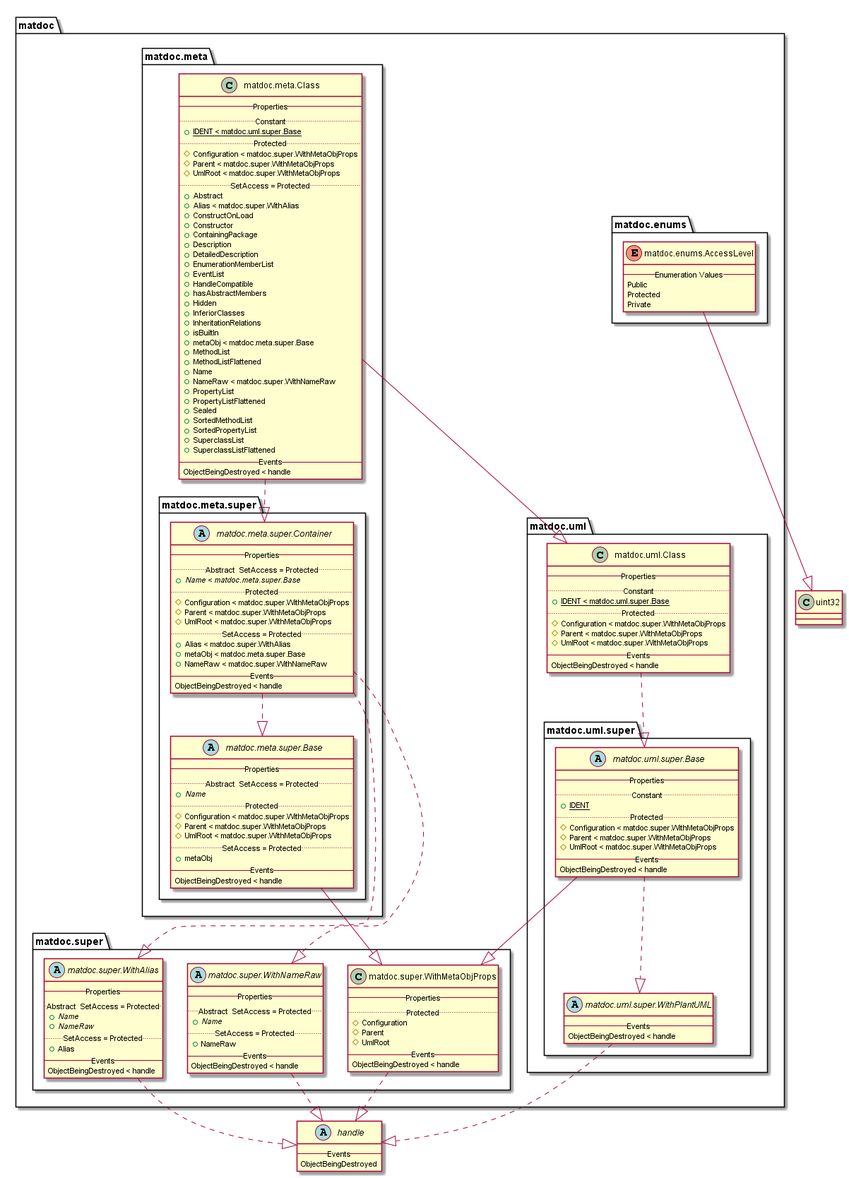
The PlantUML diagram doc/uml-examples/export-class-HideMethods-true.png in flxdot/matdoc, before a commit.
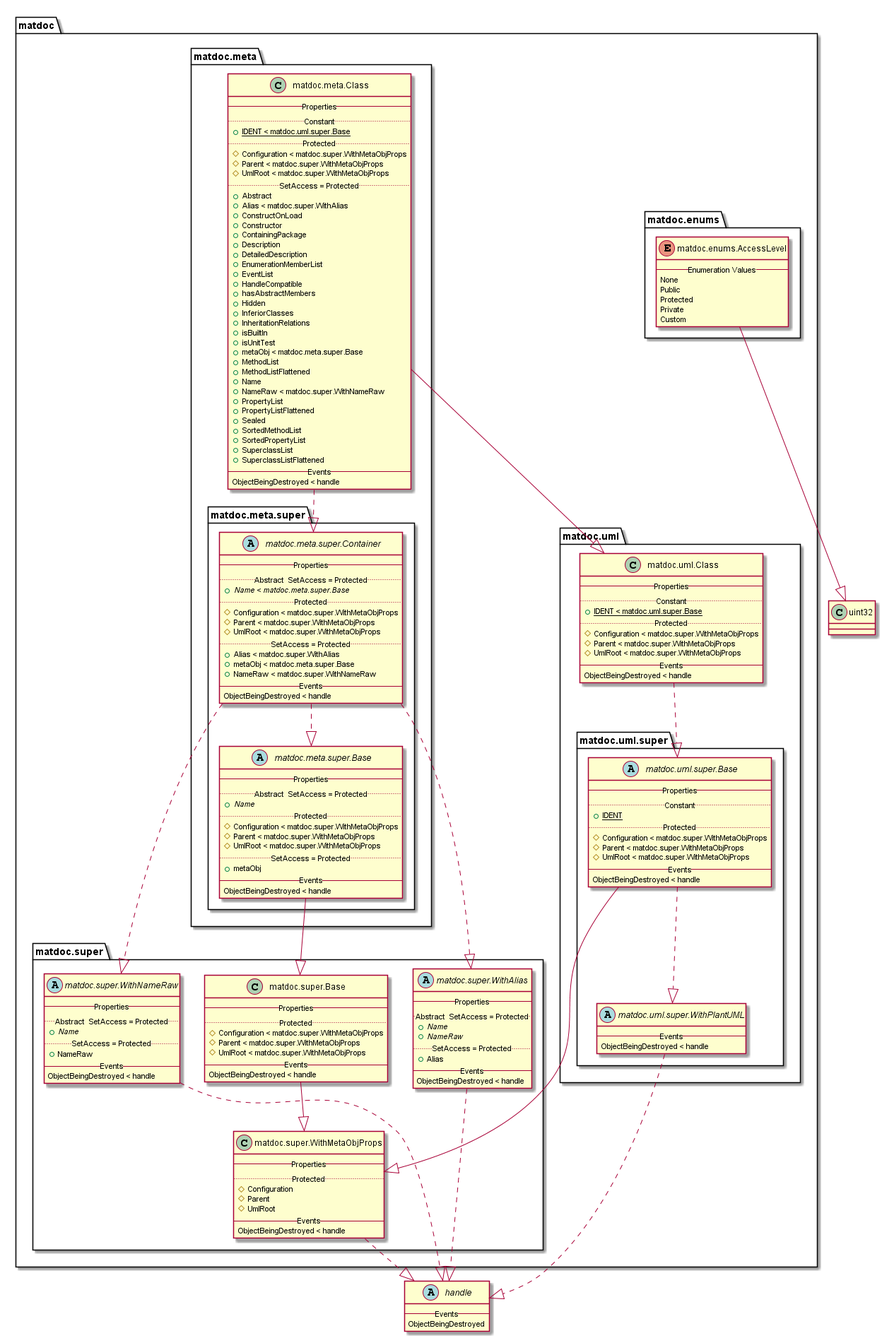
After the commit.

Diff of the diagram source:
```diff
@@ -16,9 +16,11 @@
 
       enum matdoc.enums.AccessLevel {
          -- Enumeration Values --
+         None
          Public
          Protected
          Private
+         Custom
       }
 
    }
@@ -49,6 +51,7 @@
          {field} + InferiorClasses
          {field} + InheritationRelations
          {field} + isBuiltIn
+         {field} + isUnitTest
          {field} + metaObj < matdoc.meta.super.Base
          {field} + MethodList
          {field} + MethodListFlattened
@@ -102,6 +105,16 @@
    }
 
    package matdoc.super {
+
+      class matdoc.super.Base {
+         -- Properties --
+         .. Protected ..
+         {field} # Configuration < matdoc.super.WithMetaObjProps
+         {field} # Parent < matdoc.super.WithMetaObjProps
+         {field} # UmlRoot < matdoc.super.WithMetaObjProps
+         -- Events --
+         ObjectBeingDestroyed < handle
+      }
 
       abstract class matdoc.super.WithAlias {
          -- Properties --
@@ -179,10 +192,11 @@
 matdoc.enums.AccessLevel --|> uint32
 matdoc.meta.Class ..|> matdoc.meta.super.Container
 matdoc.meta.Class --|> matdoc.uml.Class
-matdoc.meta.super.Base --|> matdoc.super.WithMetaObjProps
+matdoc.meta.super.Base --|> matdoc.super.Base
 matdoc.meta.super.Container ..|> matdoc.meta.super.Base
 matdoc.meta.super.Container ..|> matdoc.super.WithNameRaw
 matdoc.meta.super.Container ..|> matdoc.super.WithAlias
+matdoc.super.Base --|> matdoc.super.WithMetaObjProps
 matdoc.super.WithAlias ..|> handle
 matdoc.super.WithMetaObjProps ..|> handle
 matdoc.super.WithNameRaw ..|> handle
```
